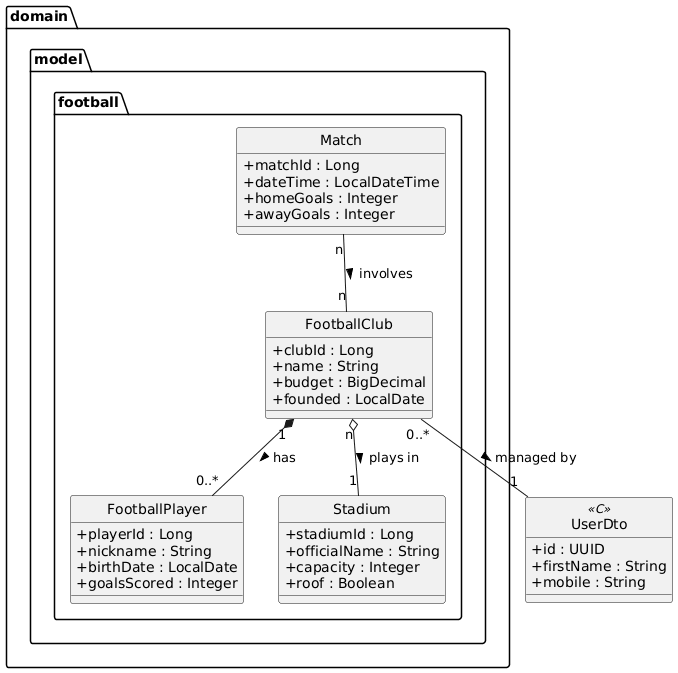
miw-upm/apaw-practice keeps this PlantUML diagram as docs/football.png. Above is the earlier version.
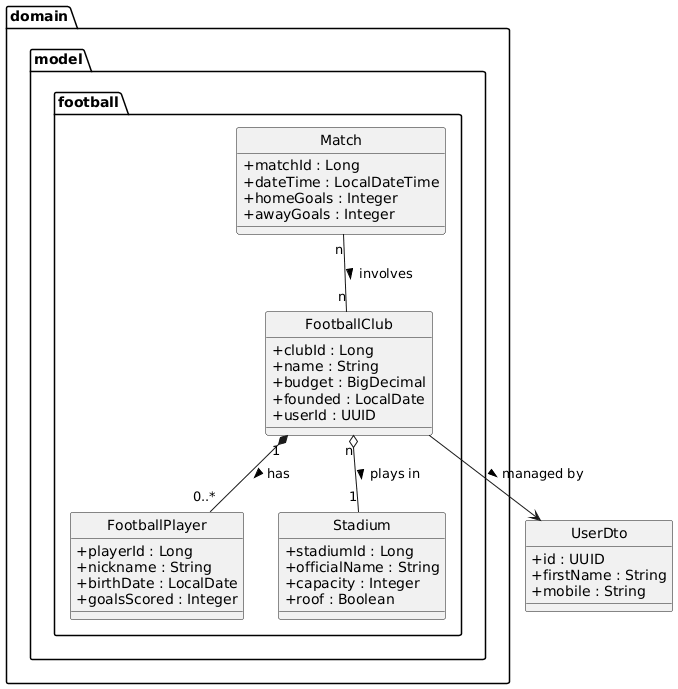
Later version of the same file.

Commit message:
Add unidirectional relation to UserDto #1151

Change to the diagram source:
```diff
@@ -11,6 +11,7 @@
         +name : String
         +budget : BigDecimal
         +founded : LocalDate
+        +userId : UUID
       }
 
       class FootballPlayer {
@@ -37,7 +38,7 @@
   }
 }
 
-class UserDto <<C>> {
+class UserDto {
   +id : UUID
   +firstName : String
   +mobile : String
@@ -45,6 +46,6 @@
 
 FootballClub "1" *-- "0..*" FootballPlayer : has >
 FootballClub "n" o-- "1" Stadium : plays in >
-FootballClub "0..*" -- "1" UserDto : managed by >
+FootballClub --> UserDto : managed by >
 Match "n" -- "n" FootballClub : involves >
 @enduml
```
